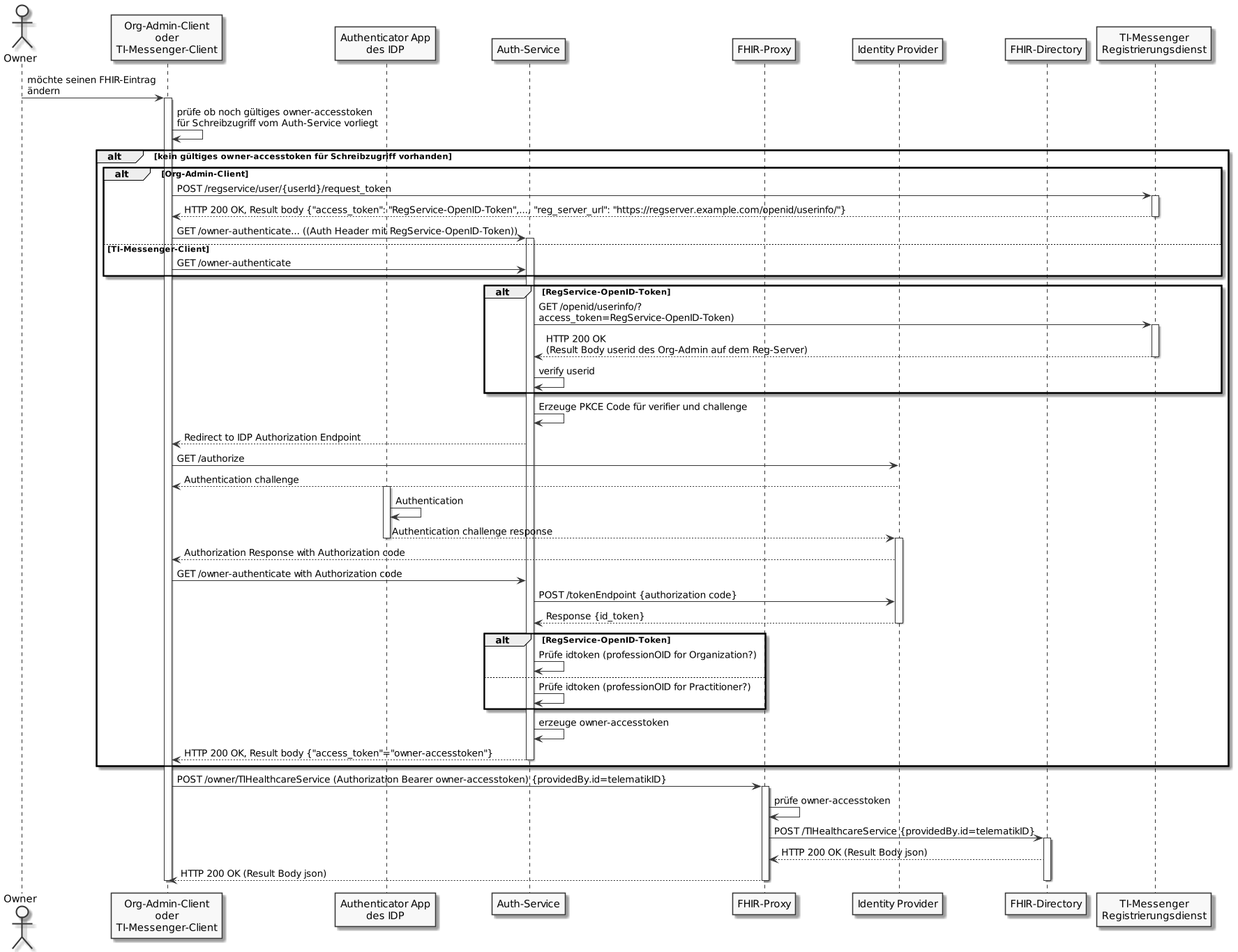
gematik/api-vzd keeps this PlantUML diagram as images/diagrams/SequenceDiagram.FHIR-Directory.owner.png. Above is the earlier version.
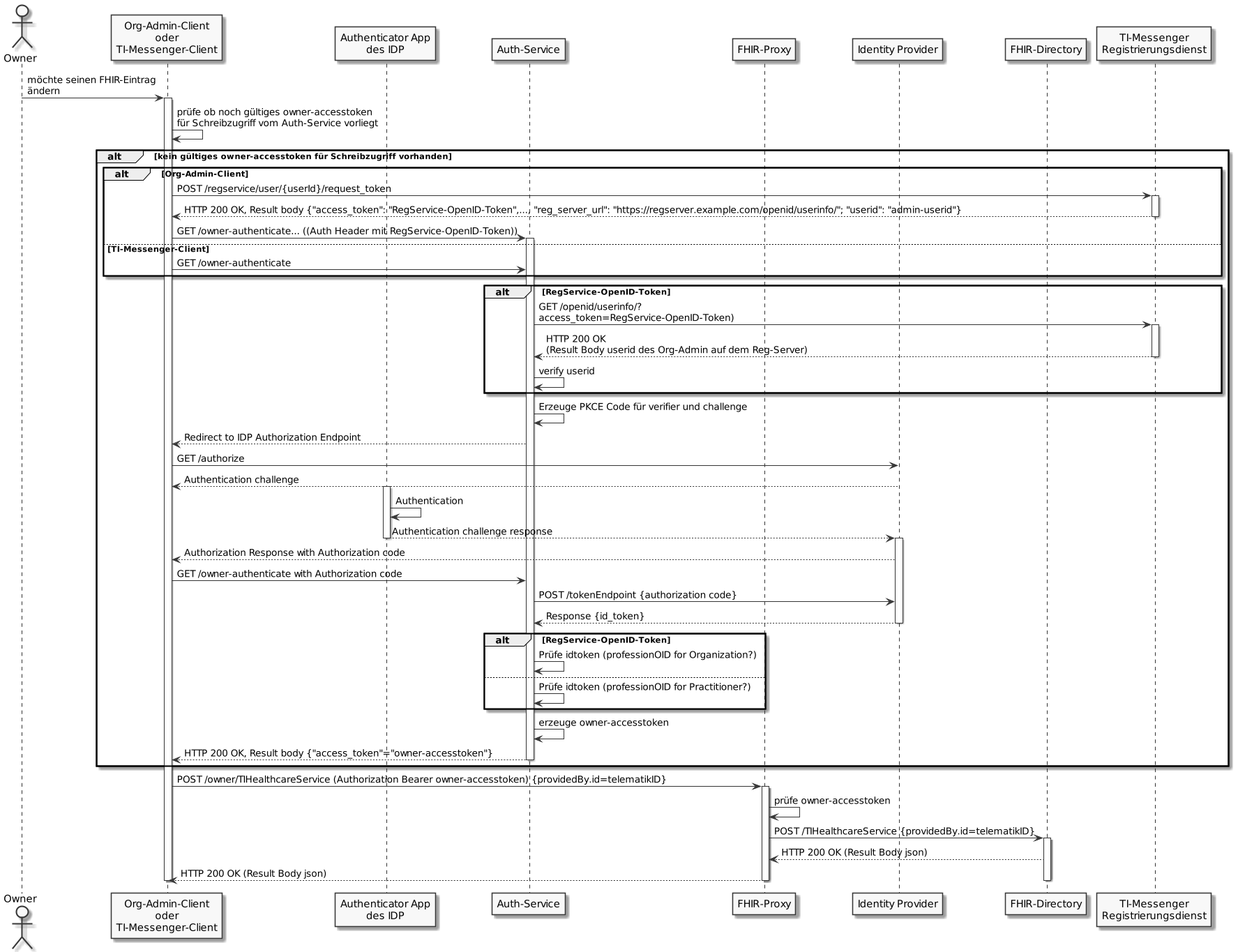
The same file after the commit.

Commit message:
Commit from GitHub Actions (GeneratePlantumlImages)

Diff of the diagram source:
```diff
@@ -18,7 +18,7 @@
 alt Org-Admin-Client
 cl -> rd: POST /regservice/user/{userId}/request_token
 activate rd
-rd --> cl: HTTP 200 OK, Result body {"access_token": "RegService-OpenID-Token",..., "reg_server_url": "https://regserver.example.com/openid/userinfo/"}
+rd --> cl: HTTP 200 OK, Result body {"access_token": "RegService-OpenID-Token",..., "reg_server_url": "https://regserver.example.com/openid/userinfo/"; "userid": "admin-userid"}
 deactivate rd
 cl -> au: GET /owner-authenticate... ((Auth Header mit RegService-OpenID-Token))
 activate au
```
